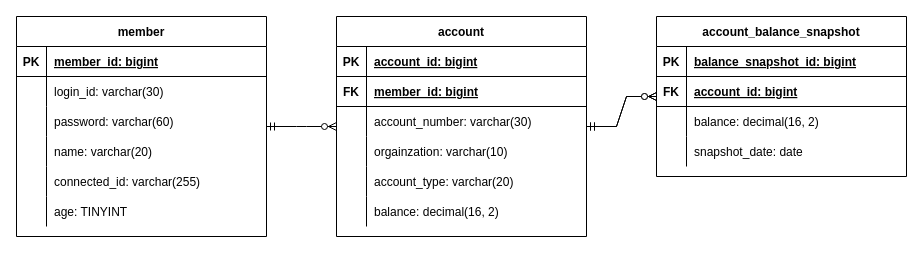
The draw.io diagram ER다이어그램(자산관리앱).drawio in GunwooJo/AssetManagement, before the edit. Source tidied: cells renumbered, new cells numbered last; positions are measured from the earlier drawing's top-left corner, leaving out a move shared by most shapes. Both pictures are drawn from the tidied source at 100%, with x=0, y=0 at pixel (16, 16).
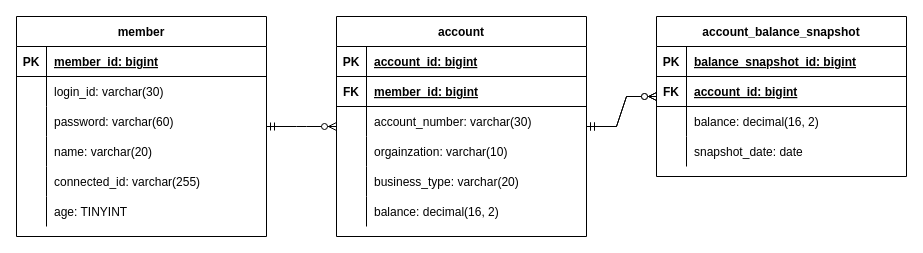
After the change.

Commit message:
account 테이블 컬럼명 변경

Unchanged cells that the change refers to:
```xml
<mxCell id="34" style="shape=partialRectangle;fillColor=none;top=0;left=0;right=0;bottom=0;" parent="21" vertex="1">
  <mxGeometry y="150" width="250" height="30" as="geometry" />
</mxCell>
```

Diff of the diagram source:
```diff
@@
-    <mxCell id="36" value="account_type: varchar(20)" style="shape=partialRectangle;overflow=hidden;fillColor=none;top=0;left=0;bottom=0;right=0;align=left;spacingLeft=6;" parent="34" vertex="1">
+    <mxCell id="36" value="business_type: varchar(20)" style="shape=partialRectangle;overflow=hidden;fillColor=none;top=0;left=0;bottom=0;right=0;align=left;spacingLeft=6;" parent="34" vertex="1">
       <mxGeometry x="30" width="220" height="30" as="geometry" />
     </mxCell>
```
